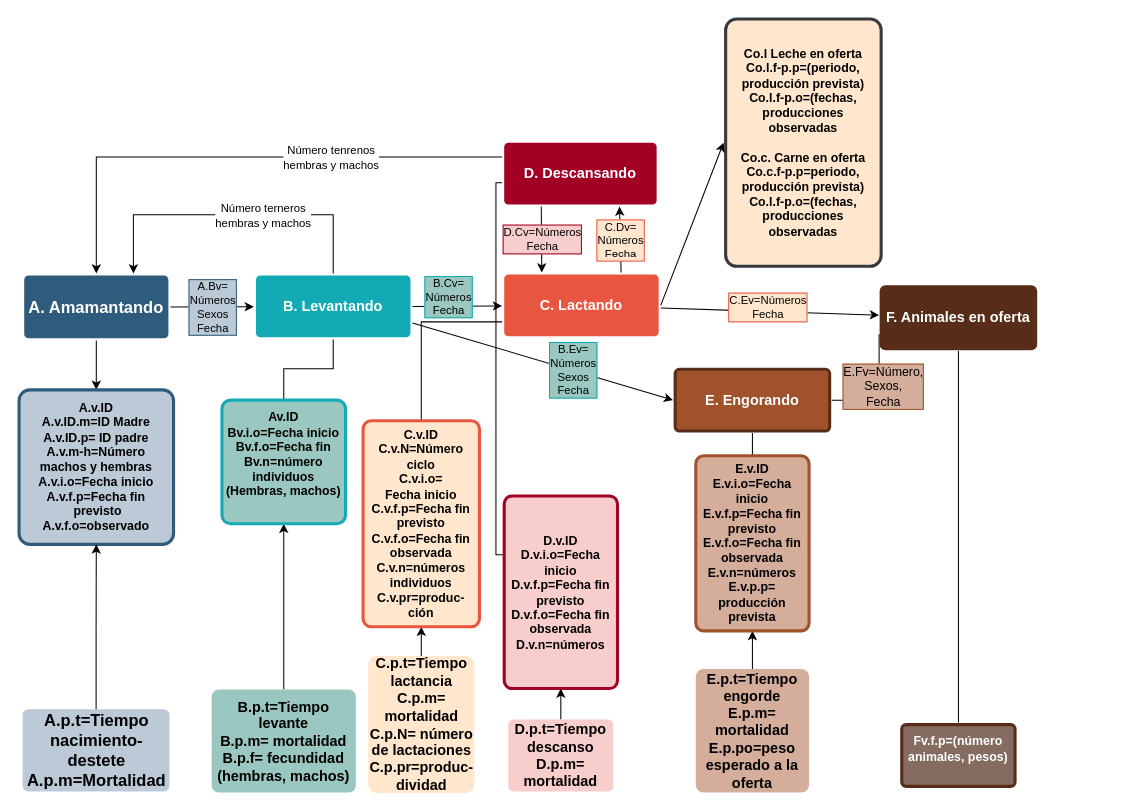
This is CiclosBovinos.drawio from stdupas/app.agromaker, a draw.io file, before an edit. Source tidied: cells renumbered, new cells numbered last; positions are measured from the earlier drawing's top-left corner, leaving out a move shared by most shapes. Both pictures are drawn from the tidied source at 103%, with x=0, y=0 at pixel (19, 19).
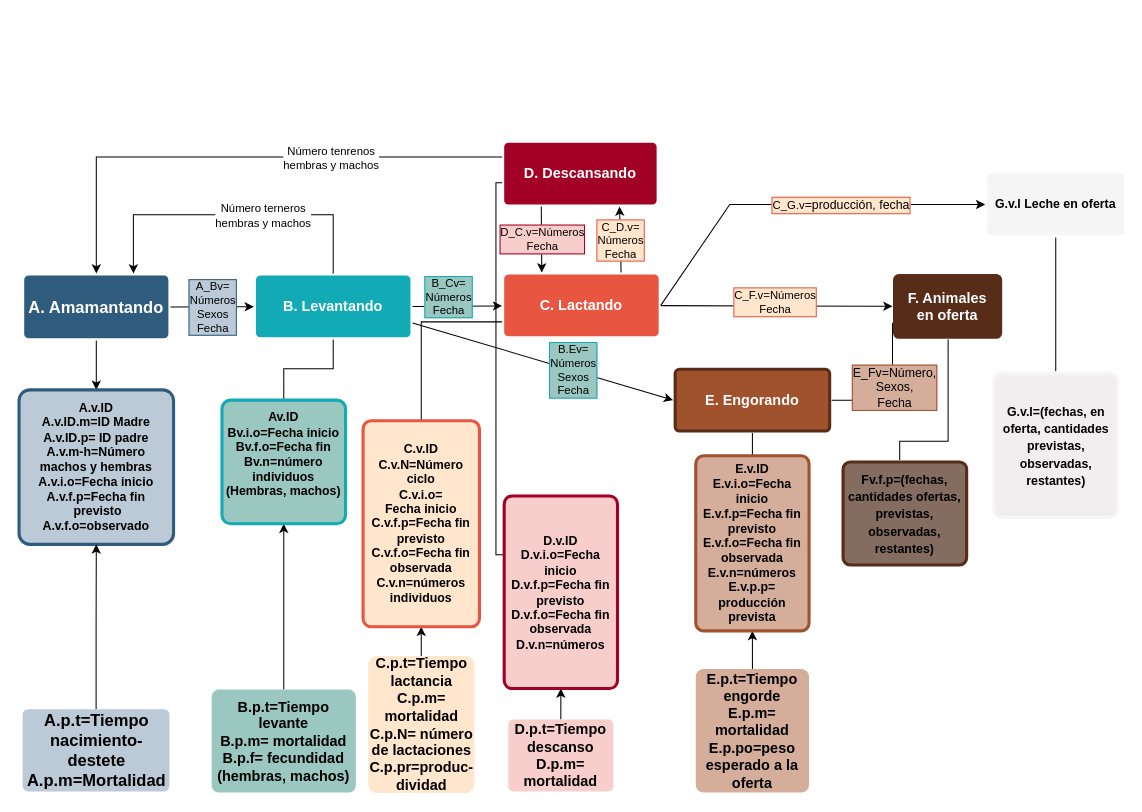
The same page after the edit.

Unchanged cells that the change refers to:
```xml
<mxCell id="4" value="C. Lactando" style="rounded=1;whiteSpace=wrap;html=1;shadow=0;labelBackgroundColor=none;strokeColor=none;strokeWidth=3;fillColor=#e85642;fontFamily=Helvetica;fontSize=14;fontColor=#FFFFFF;align=center;spacing=5;fontStyle=1;arcSize=7;perimeterSpacing=2;" parent="1" vertex="1">
  <mxGeometry x="471" y="248" width="150" height="60" as="geometry" />
</mxCell>
<mxCell id="6" style="edgeStyle=orthogonalEdgeStyle;rounded=0;jettySize=auto;html=1;fontSize=12;fontColor=#000000;endArrow=none;endFill=0;entryX=0;entryY=0.75;entryDx=0;entryDy=0;" parent="1" edge="1" source="8" target="49">
  <mxGeometry relative="1" as="geometry" />
</mxCell>
<mxCell id="32" style="endArrow=classic;html=1;rounded=0;exitX=1;exitY=0.5;exitDx=0;exitDy=0;" parent="1" edge="1" source="3" target="13">
  <mxGeometry relative="1" as="geometry" />
</mxCell>
<mxCell id="34" style="endArrow=classic;html=1;rounded=0;exitX=1;exitY=0.5;exitDx=0;exitDy=0;" parent="1" edge="1" source="13" target="4">
  <mxGeometry relative="1" as="geometry" />
</mxCell>
<mxCell id="38" style="endArrow=classic;html=1;rounded=0;" parent="1" edge="1" source="4" target="49">
  <mxGeometry relative="1" as="geometry" />
</mxCell>
<mxCell id="40" style="endArrow=classic;html=1;rounded=0;exitX=0.75;exitY=0;exitDx=0;exitDy=0;entryX=0.75;entryY=1;entryDx=0;entryDy=0;" parent="1" edge="1" source="4" target="16">
  <mxGeometry relative="1" as="geometry" />
</mxCell>
<mxCell id="42" style="endArrow=classic;html=1;rounded=0;exitX=0.25;exitY=1;exitDx=0;exitDy=0;entryX=0.25;entryY=0;entryDx=0;entryDy=0;" parent="1" edge="1" source="16" target="4">
  <mxGeometry relative="1" as="geometry" />
</mxCell>
```

Change to the diagram source:
```diff
@@
-    <mxCell id="5" value="&lt;div style=&quot;font-size: 12px;&quot;&gt;&lt;font style=&quot;font-size: 12px;&quot;&gt;&lt;b&gt;&lt;font style=&quot;font-size: 12px;&quot; color=&quot;#000000&quot;&gt;Co.l Leche en oferta&lt;/font&gt;&lt;/b&gt;&lt;/font&gt;&lt;div&gt;&lt;font style=&quot;font-size: 12px;&quot;&gt;&lt;b&gt;&lt;font style=&quot;font-size: 12px;&quot; color=&quot;#000000&quot;&gt;Co.l.f-p.p=(periodo, producción prevista)&lt;br&gt;&lt;/font&gt;&lt;/b&gt;&lt;/font&gt;&lt;/div&gt;&lt;div&gt;&lt;font style=&quot;font-size: 12px;&quot; color=&quot;#000000&quot;&gt;&lt;b&gt;Co.l.f-p.o=(fechas, producciones observadas&lt;/b&gt;&lt;/font&gt;&lt;/div&gt;&lt;div&gt;&lt;font style=&quot;font-size: 12px;&quot; color=&quot;#000000&quot;&gt;&lt;b&gt;&lt;br&gt;&lt;/b&gt;&lt;/font&gt;&lt;/div&gt;&lt;div&gt;&lt;font style=&quot;font-size: 12px;&quot; color=&quot;#000000&quot;&gt;&lt;b&gt;Co.c. Carne en oferta Co.c.f-p.p=&lt;/b&gt;&lt;/font&gt;&lt;font style=&quot;font-size: 12px;&quot;&gt;&lt;b&gt;&lt;font style=&quot;font-size: 12px;&quot; color=&quot;#000000&quot;&gt;periodo, producción prevista)&lt;br&gt;&lt;/font&gt;&lt;/b&gt;&lt;/font&gt;&lt;div&gt;&lt;font style=&quot;font-size: 12px;&quot; color=&quot;#000000&quot;&gt;&lt;b&gt;Co.l.f-p.o=(fechas, producciones observadas&lt;/b&gt;&lt;/font&gt;&lt;/div&gt;&lt;/div&gt;&lt;/div&gt;" style="rounded=1;whiteSpace=wrap;html=1;shadow=0;labelBackgroundColor=none;strokeColor=#36393D;strokeWidth=3;fillColor=#FFE6CC;fontFamily=Helvetica;fontSize=14;align=center;spacing=5;fontStyle=0;arcSize=7;perimeterSpacing=2;fontColor=#FFFFFF;" parent="1" vertex="1">
-      <mxGeometry x="686" width="151" height="240" as="geometry" />
+    <mxCell id="5" value="&lt;div style=&quot;font-size: 12px;&quot;&gt;&lt;font style=&quot;font-size: 12px;&quot;&gt;&lt;b&gt;&lt;font style=&quot;font-size: 12px;&quot; color=&quot;#000000&quot;&gt;G.v.l Leche en oferta&lt;/font&gt;&lt;/b&gt;&lt;/font&gt;&lt;/div&gt;" style="rounded=1;whiteSpace=wrap;html=1;shadow=0;labelBackgroundColor=none;strokeColor=none;strokeWidth=3;fillColor=#f5f5f5;fontFamily=Helvetica;fontSize=14;align=center;spacing=5;fontStyle=0;arcSize=7;perimeterSpacing=2;fontColor=#333333;" parent="1" vertex="1">
+      <mxGeometry x="940" y="150" width="133" height="60" as="geometry" />
     </mxCell>
@@
-    <mxCell id="7" value="&lt;div&gt;E.Fv=Número, &lt;br&gt;&lt;/div&gt;&lt;div&gt;Sexos, &lt;br&gt;&lt;/div&gt;&lt;div&gt;Fecha&lt;/div&gt;" style="edgeLabel;html=1;align=center;verticalAlign=middle;fontSize=12;fontColor=#000000;labelBackgroundColor=#D4AD9B;labelBorderColor=#A0522D;" parent="6" vertex="1">
+    <mxCell id="7" value="&lt;div&gt;E_Fv=Número, &lt;br&gt;&lt;/div&gt;&lt;div&gt;Sexos, &lt;br&gt;&lt;/div&gt;&lt;div&gt;Fecha&lt;/div&gt;" style="edgeLabel;html=1;align=center;verticalAlign=middle;fontSize=12;fontColor=#000000;labelBackgroundColor=#D4AD9B;labelBorderColor=#A0522D;" parent="6" vertex="1">
       <mxGeometry x="-0.15" relative="1" as="geometry">
         <mxPoint x="3" y="-13" as="offset" />
       </mxGeometry>
     </mxCell>
@@
-    <mxCell id="9" style="edgeStyle=orthogonalEdgeStyle;rounded=0;jettySize=auto;html=1;fontSize=12;fontColor=#000000;endArrow=none;endFill=0;" parent="1" edge="1" source="10" target="49">
-      <mxGeometry relative="1" as="geometry" />
+    <mxCell id="9" style="edgeStyle=orthogonalEdgeStyle;rounded=0;jettySize=auto;html=1;endArrow=none;endFill=0;" parent="1" edge="1" source="10" target="49">
+      <mxGeometry relative="1" as="geometry">
+        <Array as="points">
+          <mxPoint x="855" y="410" />
+          <mxPoint x="902" y="410" />
+        </Array>
+      </mxGeometry>
     </mxCell>
-    <mxCell id="10" value="&lt;font style=&quot;font-size: 12px;&quot; color=&quot;#ffffff&quot;&gt;&lt;b&gt;Fv.f.p=(número animales, pesos)&lt;br&gt;&lt;/b&gt;&lt;/font&gt;&lt;div style=&quot;font-size: 12px;&quot;&gt;&lt;font style=&quot;font-size: 12px;&quot; color=&quot;#ffffff&quot;&gt;&lt;b&gt;&lt;br&gt;&lt;/b&gt;&lt;/font&gt;&lt;/div&gt;" style="rounded=1;whiteSpace=wrap;html=1;shadow=0;labelBackgroundColor=none;strokeColor=#572C18;strokeWidth=3;fillColor=#856C61;fontFamily=Helvetica;fontSize=14;fontColor=#000000;align=center;spacing=5;arcSize=7;perimeterSpacing=2;" parent="1" vertex="1">
-      <mxGeometry x="857" y="685" width="110" height="60" as="geometry" />
+    <mxCell id="10" value="&lt;font style=&quot;font-size: 12px;&quot;&gt;&lt;b&gt;Fv.f.p=(&lt;/b&gt;&lt;/font&gt;&lt;font style=&quot;font-size: 12px;&quot;&gt;&lt;b&gt;fechas, cantidades ofertas, previstas, observadas, restantes&lt;/b&gt;&lt;/font&gt;&lt;font style=&quot;font-size: 12px;&quot;&gt;&lt;b&gt;)&lt;br&gt;&lt;/b&gt;&lt;/font&gt;" style="rounded=1;whiteSpace=wrap;html=1;shadow=0;labelBackgroundColor=none;strokeColor=#572C18;strokeWidth=3;fillColor=#856C61;fontFamily=Helvetica;fontSize=14;fontColor=#000000;align=center;spacing=5;arcSize=7;perimeterSpacing=2;" parent="1" vertex="1">
+      <mxGeometry x="800" y="430" width="120" height="100" as="geometry" />
     </mxCell>
@@
-    <mxCell id="33" value="&lt;div&gt;A.Bv=&lt;/div&gt;&lt;div&gt;Números&lt;/div&gt;&lt;div&gt;Sexos&lt;br&gt;&lt;/div&gt;&lt;div&gt;Fecha&lt;br&gt;&lt;/div&gt;" style="edgeLabel;html=1;align=center;verticalAlign=middle;labelBorderColor=#2F5B7C;labelBackgroundColor=#BBCAD6;" parent="32" vertex="1">
+    <mxCell id="33" value="&lt;div&gt;A_Bv=&lt;/div&gt;&lt;div&gt;Números&lt;/div&gt;&lt;div&gt;Sexos&lt;br&gt;&lt;/div&gt;&lt;div&gt;Fecha&lt;br&gt;&lt;/div&gt;" style="edgeLabel;html=1;align=center;verticalAlign=middle;labelBorderColor=#2F5B7C;labelBackgroundColor=#BBCAD6;" parent="32" vertex="1">
       <mxGeometry relative="1" as="geometry" />
     </mxCell>
@@
-    <mxCell id="35" value="B.Cv=&lt;div&gt;Números&lt;/div&gt;&lt;div&gt;Fecha&lt;br&gt;&lt;/div&gt;" style="edgeLabel;html=1;align=center;verticalAlign=middle;labelBorderColor=#12AAB5;labelBackgroundColor=#9AC7BF;rotation=0;" parent="34" vertex="1">
+    <mxCell id="35" value="B_Cv=&lt;div&gt;Números&lt;/div&gt;&lt;div&gt;Fecha&lt;br&gt;&lt;/div&gt;" style="edgeLabel;html=1;align=center;verticalAlign=middle;labelBorderColor=#12AAB5;labelBackgroundColor=#9AC7BF;rotation=0;" parent="34" vertex="1">
       <mxGeometry relative="1" as="geometry">
         <mxPoint x="-9" y="-9" as="offset" />
       </mxGeometry>
     </mxCell>
@@
-    <mxCell id="39" value="&lt;div&gt;C.Ev=Números&lt;/div&gt;&lt;div&gt;Fecha&lt;br&gt;&lt;/div&gt;" style="edgeLabel;html=1;align=center;verticalAlign=middle;labelBackgroundColor=#FFE6CC;labelBorderColor=#E85642;" parent="38" vertex="1">
+    <mxCell id="39" value="&lt;div&gt;C_F.v=Números&lt;/div&gt;&lt;div&gt;Fecha&lt;br&gt;&lt;/div&gt;" style="edgeLabel;html=1;align=center;verticalAlign=middle;labelBackgroundColor=#FFE6CC;labelBorderColor=#E85642;" parent="38" vertex="1">
       <mxGeometry relative="1" as="geometry">
         <mxPoint x="-2" y="-4" as="offset" />
       </mxGeometry>
     </mxCell>
@@
-    <mxCell id="41" value="C.Dv=&lt;div&gt;Números&lt;/div&gt;&lt;div&gt;Fecha&lt;br&gt;&lt;/div&gt;" style="edgeLabel;html=1;align=center;verticalAlign=middle;labelBackgroundColor=#FFE6CC;labelBorderColor=#E85642;" parent="40" vertex="1">
+    <mxCell id="41" value="C_D.v=&lt;div&gt;Números&lt;/div&gt;&lt;div&gt;Fecha&lt;br&gt;&lt;/div&gt;" style="edgeLabel;html=1;align=center;verticalAlign=middle;labelBackgroundColor=#FFE6CC;labelBorderColor=#E85642;" parent="40" vertex="1">
       <mxGeometry relative="1" as="geometry" />
     </mxCell>
@@
-    <mxCell id="43" value="&lt;div&gt;D.Cv=Números&lt;/div&gt;&lt;div&gt;Fecha&lt;br&gt;&lt;/div&gt;" style="edgeLabel;html=1;align=center;verticalAlign=middle;labelBackgroundColor=#F8CECC;labelBorderColor=#A20025;" parent="42" vertex="1">
+    <mxCell id="43" value="&lt;div&gt;D_C.v=Números&lt;/div&gt;&lt;div&gt;Fecha&lt;br&gt;&lt;/div&gt;" style="edgeLabel;html=1;align=center;verticalAlign=middle;labelBackgroundColor=#F8CECC;labelBorderColor=#A20025;" parent="42" vertex="1">
       <mxGeometry relative="1" as="geometry" />
     </mxCell>
@@
-    <mxCell id="45" value="&lt;div style=&quot;font-size: 12px;&quot;&gt;&lt;font style=&quot;font-size: 12px;&quot;&gt;C.v.ID &lt;br style=&quot;font-size: 12px;&quot;&gt;&lt;/font&gt;&lt;/div&gt;&lt;div style=&quot;font-size: 12px;&quot;&gt;&lt;font style=&quot;font-size: 12px;&quot;&gt;C.v.N=Número ciclo&lt;br style=&quot;font-size: 12px;&quot;&gt;&lt;/font&gt;&lt;/div&gt;&lt;div style=&quot;font-size: 12px;&quot;&gt;&lt;font style=&quot;font-size: 12px;&quot;&gt;C.v.i.o=&lt;/font&gt;&lt;/div&gt;&lt;div style=&quot;font-size: 12px;&quot;&gt;&lt;font style=&quot;font-size: 12px;&quot;&gt;Fecha inicio&lt;/font&gt;&lt;/div&gt;&lt;div style=&quot;font-size: 12px;&quot;&gt;&lt;font style=&quot;font-size: 12px;&quot;&gt;C.v.f.p=Fecha fin&lt;/font&gt;&lt;/div&gt;&lt;div style=&quot;font-size: 12px;&quot;&gt;&lt;font style=&quot;font-size: 12px;&quot;&gt;previsto&lt;/font&gt;&lt;/div&gt;&lt;div style=&quot;font-size: 12px;&quot;&gt;&lt;font style=&quot;font-size: 12px;&quot;&gt;C.v.f.o=Fecha fin observada C.v.n=números individuos&lt;/font&gt;&lt;/div&gt;&lt;div style=&quot;font-size: 12px;&quot;&gt;&lt;font style=&quot;font-size: 12px;&quot;&gt;C.v.pr=produc-ción&lt;/font&gt;&lt;/div&gt;" style="rounded=1;whiteSpace=wrap;html=1;fontSize=12;fillColor=#ffe6cc;strokeColor=#E85642;shadow=0;labelBackgroundColor=none;strokeWidth=3;fontStyle=1;spacing=5;arcSize=7;" parent="1" vertex="1">
+    <mxCell id="45" value="&lt;div style=&quot;font-size: 12px;&quot;&gt;&lt;font style=&quot;font-size: 12px;&quot;&gt;C.v.ID &lt;br style=&quot;font-size: 12px;&quot;&gt;&lt;/font&gt;&lt;/div&gt;&lt;div style=&quot;font-size: 12px;&quot;&gt;&lt;font style=&quot;font-size: 12px;&quot;&gt;C.v.N=Número ciclo&lt;br style=&quot;font-size: 12px;&quot;&gt;&lt;/font&gt;&lt;/div&gt;&lt;div style=&quot;font-size: 12px;&quot;&gt;&lt;font style=&quot;font-size: 12px;&quot;&gt;C.v.i.o=&lt;/font&gt;&lt;/div&gt;&lt;div style=&quot;font-size: 12px;&quot;&gt;&lt;font style=&quot;font-size: 12px;&quot;&gt;Fecha inicio&lt;/font&gt;&lt;/div&gt;&lt;div style=&quot;font-size: 12px;&quot;&gt;&lt;font style=&quot;font-size: 12px;&quot;&gt;C.v.f.p=Fecha fin&lt;/font&gt;&lt;/div&gt;&lt;div style=&quot;font-size: 12px;&quot;&gt;&lt;font style=&quot;font-size: 12px;&quot;&gt;previsto&lt;/font&gt;&lt;/div&gt;&lt;div style=&quot;font-size: 12px;&quot;&gt;&lt;font style=&quot;font-size: 12px;&quot;&gt;C.v.f.o=Fecha fin observada C.v.n=números individuos&lt;/font&gt;&lt;/div&gt;" style="rounded=1;whiteSpace=wrap;html=1;fontSize=12;fillColor=#ffe6cc;strokeColor=#E85642;shadow=0;labelBackgroundColor=none;strokeWidth=3;fontStyle=1;spacing=5;arcSize=7;" parent="1" vertex="1">
       <mxGeometry x="334" y="390" width="113" height="200" as="geometry" />
     </mxCell>
@@
     <mxCell id="47" style="endArrow=classic;html=1;rounded=0;entryX=0;entryY=0.5;entryDx=0;entryDy=0;exitX=1;exitY=0.5;exitDx=0;exitDy=0;" parent="1" edge="1" source="4" target="5">
-      <mxGeometry relative="1" as="geometry" />
+      <mxGeometry relative="1" as="geometry">
+        <Array as="points">
+          <mxPoint x="690" y="180" />
+        </Array>
+      </mxGeometry>
     </mxCell>
+    <mxCell id="50" value="&lt;div&gt;C_G.v&lt;font style=&quot;font-size: 12px;&quot;&gt;=producción, fecha&lt;br&gt;&lt;/font&gt;&lt;/div&gt;" style="edgeLabel;html=1;align=center;verticalAlign=middle;fontColor=#000000;labelBackgroundColor=#FFE6CC;labelBorderColor=#E85642;" parent="47" vertex="1">
+      <mxGeometry x="0.23" relative="1" as="geometry" />
+    </mxCell>
@@
     <mxCell id="49" value="F. Animales en oferta" style="rounded=1;whiteSpace=wrap;html=1;shadow=0;labelBackgroundColor=none;strokeColor=#572C18;strokeWidth=3;fillColor=#572C18;fontFamily=Helvetica;fontSize=14;fontColor=#FFFFFF;align=center;spacing=5;fontStyle=1;arcSize=7;perimeterSpacing=2;" parent="1" vertex="1">
-      <mxGeometry x="837" y="260" width="150" height="60" as="geometry" />
+      <mxGeometry x="850" y="249" width="103" height="60" as="geometry" />
     </mxCell>
+    <mxCell id="51" style="edgeStyle=orthogonalEdgeStyle;rounded=0;jettySize=auto;html=1;endArrow=none;endFill=0;" parent="1" edge="1" source="52" target="5">
+      <mxGeometry relative="1" as="geometry" />
+    </mxCell>
+    <mxCell id="52" value="&lt;div&gt;&lt;font style=&quot;font-size: 12px;&quot;&gt;&lt;b&gt;&lt;font style=&quot;font-size: 12px;&quot; color=&quot;#000000&quot;&gt;G.v.l&lt;/font&gt;&lt;/b&gt;&lt;/font&gt;&lt;font style=&quot;font-size: 12px;&quot; color=&quot;#000000&quot;&gt;&lt;b&gt;=(fechas, en oferta, &lt;/b&gt;&lt;/font&gt;&lt;font style=&quot;font-size: 12px;&quot; color=&quot;#000000&quot;&gt;&lt;b&gt;cantidades &lt;/b&gt;&lt;/font&gt;&lt;font style=&quot;font-size: 12px;&quot; color=&quot;#000000&quot;&gt;&lt;b&gt;previstas, observadas, restantes)&lt;br&gt;&lt;/b&gt;&lt;/font&gt;&lt;/div&gt;" style="rounded=1;whiteSpace=wrap;html=1;shadow=0;labelBackgroundColor=none;strokeColor=#F5F5F5;strokeWidth=3;fillColor=#F0EEEE;fontFamily=Helvetica;fontSize=14;fontColor=#000000;align=center;spacing=5;arcSize=7;perimeterSpacing=2;" parent="1" vertex="1">
+      <mxGeometry x="946.5" y="344" width="120" height="140" as="geometry" />
+    </mxCell>
```
